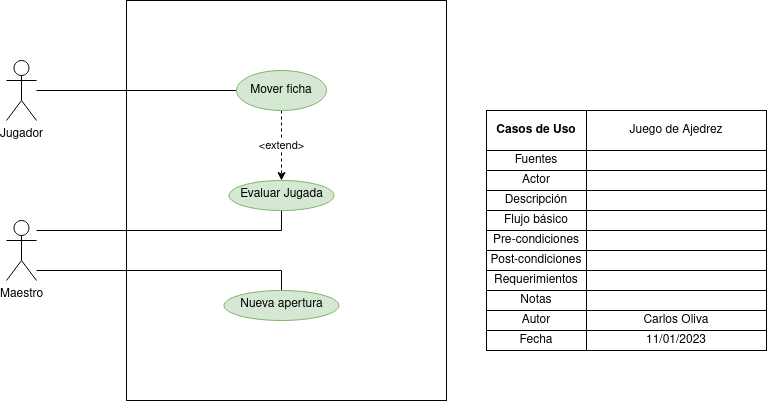
colidom/ets keeps this draw.io diagram as Tareas/casosUso/Tarea2/Ajedrez.drawio.png. Above is the earlier version. Source tidied: cells renumbered, new cells last; positions are measured from the earlier drawing's top-left corner, leaving out a move shared by most shapes.
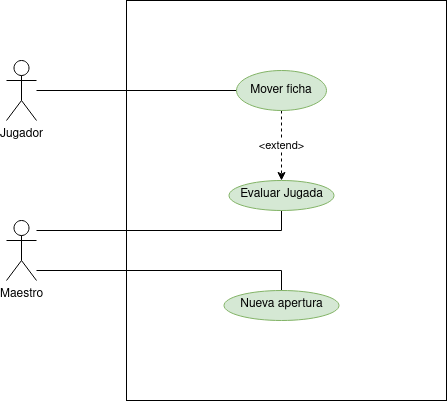
After the change.

What changed in the source:
```diff
@@ -42,107 +42,5 @@
     <mxCell id="11" value="Nueva apertura" style="ellipse;whiteSpace=wrap;html=1;verticalAlign=top;fillColor=#d5e8d4;strokeColor=#82b366;" parent="1" vertex="1">
       <mxGeometry x="217.5" y="290" width="115" height="30" as="geometry" />
     </mxCell>
-    <mxCell id="12" style="shadow=0;fillColor=none;" parent="1" vertex="1">
-      <mxGeometry x="480" y="110" width="280" height="240" as="geometry" />
-    </mxCell>
-    <mxCell id="13" style="shape=tableRow;horizontal=0;startSize=0;swimlaneHead=0;swimlaneBody=0;top=0;left=0;bottom=0;right=0;fontStyle=0;fillColor=none;strokeColor=inherit;" parent="12" vertex="1">
-      <mxGeometry width="280" height="40" as="geometry" />
-    </mxCell>
-    <mxCell id="14" value="&lt;b&gt;Casos de Uso&lt;/b&gt;" style="strokeColor=inherit;fillColor=none;align=center;whiteSpace=wrap;html=1;" parent="13" vertex="1">
-      <mxGeometry width="100" height="40" as="geometry" />
-    </mxCell>
-    <mxCell id="15" value="Juego de Ajedrez" style="strokeColor=inherit;fillColor=none;align=center;whiteSpace=wrap;html=1;" parent="13" vertex="1">
-      <mxGeometry x="100" width="180" height="40" as="geometry" />
-    </mxCell>
-    <mxCell id="16" style="shape=tableRow;horizontal=0;startSize=0;swimlaneHead=0;swimlaneBody=0;top=0;left=0;bottom=0;right=0;fontStyle=0;fillColor=none;strokeColor=inherit;" parent="12" vertex="1">
-      <mxGeometry y="40" width="280" height="20" as="geometry" />
-    </mxCell>
-    <mxCell id="17" value="Fuentes" style="strokeColor=inherit;fillColor=none;align=center;whiteSpace=wrap;html=1;" parent="16" vertex="1">
-      <mxGeometry width="100" height="20" as="geometry" />
-    </mxCell>
-    <mxCell id="18" style="strokeColor=inherit;fillColor=none;align=center;whiteSpace=wrap;html=1;" parent="16" vertex="1">
-      <mxGeometry x="100" width="180" height="20" as="geometry" />
-    </mxCell>
-    <mxCell id="19" style="shape=tableRow;horizontal=0;startSize=0;swimlaneHead=0;swimlaneBody=0;top=0;left=0;bottom=0;right=0;fontStyle=0;fillColor=none;strokeColor=inherit;" parent="12" vertex="1">
-      <mxGeometry y="60" width="280" height="20" as="geometry" />
-    </mxCell>
-    <mxCell id="20" value="Actor" style="strokeColor=inherit;fillColor=none;align=center;whiteSpace=wrap;html=1;" parent="19" vertex="1">
-      <mxGeometry width="100" height="20" as="geometry" />
-    </mxCell>
-    <mxCell id="21" style="strokeColor=inherit;fillColor=none;align=center;whiteSpace=wrap;html=1;" parent="19" vertex="1">
-      <mxGeometry x="100" width="180" height="20" as="geometry" />
-    </mxCell>
-    <mxCell id="22" style="shape=tableRow;horizontal=0;startSize=0;swimlaneHead=0;swimlaneBody=0;top=0;left=0;bottom=0;right=0;fontStyle=0;fillColor=none;strokeColor=inherit;" parent="12" vertex="1">
-      <mxGeometry y="80" width="280" height="20" as="geometry" />
-    </mxCell>
-    <mxCell id="23" value="Descripción" style="strokeColor=inherit;fillColor=none;align=center;whiteSpace=wrap;html=1;" parent="22" vertex="1">
-      <mxGeometry width="100" height="20" as="geometry" />
-    </mxCell>
-    <mxCell id="24" style="strokeColor=inherit;fillColor=none;align=center;whiteSpace=wrap;html=1;" parent="22" vertex="1">
-      <mxGeometry x="100" width="180" height="20" as="geometry" />
-    </mxCell>
-    <mxCell id="25" style="shape=tableRow;horizontal=0;startSize=0;swimlaneHead=0;swimlaneBody=0;top=0;left=0;bottom=0;right=0;fontStyle=0;fillColor=none;strokeColor=inherit;" parent="12" vertex="1">
-      <mxGeometry y="100" width="280" height="20" as="geometry" />
-    </mxCell>
-    <mxCell id="26" value="Flujo básico" style="strokeColor=inherit;fillColor=none;align=center;whiteSpace=wrap;html=1;" parent="25" vertex="1">
-      <mxGeometry width="100" height="20" as="geometry" />
-    </mxCell>
-    <mxCell id="27" style="strokeColor=inherit;fillColor=none;align=center;whiteSpace=wrap;html=1;" parent="25" vertex="1">
-      <mxGeometry x="100" width="180" height="20" as="geometry" />
-    </mxCell>
-    <mxCell id="28" style="shape=tableRow;horizontal=0;startSize=0;swimlaneHead=0;swimlaneBody=0;top=0;left=0;bottom=0;right=0;fontStyle=0;fillColor=none;strokeColor=inherit;" parent="12" vertex="1">
-      <mxGeometry y="120" width="280" height="20" as="geometry" />
-    </mxCell>
-    <mxCell id="29" value="Pre-condiciones" style="strokeColor=inherit;fillColor=none;align=center;whiteSpace=wrap;html=1;" parent="28" vertex="1">
-      <mxGeometry width="100" height="20" as="geometry" />
-    </mxCell>
-    <mxCell id="30" style="strokeColor=inherit;fillColor=none;align=center;whiteSpace=wrap;html=1;" parent="28" vertex="1">
-      <mxGeometry x="100" width="180" height="20" as="geometry" />
-    </mxCell>
-    <mxCell id="31" style="shape=tableRow;horizontal=0;startSize=0;swimlaneHead=0;swimlaneBody=0;top=0;left=0;bottom=0;right=0;fontStyle=0;fillColor=none;strokeColor=inherit;" parent="12" vertex="1">
-      <mxGeometry y="140" width="280" height="20" as="geometry" />
-    </mxCell>
-    <mxCell id="32" value="Post-condiciones" style="strokeColor=inherit;fillColor=none;align=center;whiteSpace=wrap;html=1;" parent="31" vertex="1">
-      <mxGeometry width="100" height="20" as="geometry" />
-    </mxCell>
-    <mxCell id="33" style="strokeColor=inherit;fillColor=none;align=center;whiteSpace=wrap;html=1;" parent="31" vertex="1">
-      <mxGeometry x="100" width="180" height="20" as="geometry" />
-    </mxCell>
-    <mxCell id="34" style="shape=tableRow;horizontal=0;startSize=0;swimlaneHead=0;swimlaneBody=0;top=0;left=0;bottom=0;right=0;fontStyle=0;fillColor=none;strokeColor=inherit;" parent="12" vertex="1">
-      <mxGeometry y="160" width="280" height="20" as="geometry" />
-    </mxCell>
-    <mxCell id="35" value="Requerimientos" style="strokeColor=inherit;fillColor=none;align=center;whiteSpace=wrap;html=1;" parent="34" vertex="1">
-      <mxGeometry width="100" height="20" as="geometry" />
-    </mxCell>
-    <mxCell id="36" style="strokeColor=inherit;fillColor=none;align=center;whiteSpace=wrap;html=1;" parent="34" vertex="1">
-      <mxGeometry x="100" width="180" height="20" as="geometry" />
-    </mxCell>
-    <mxCell id="37" style="shape=tableRow;horizontal=0;startSize=0;swimlaneHead=0;swimlaneBody=0;top=0;left=0;bottom=0;right=0;fontStyle=0;fillColor=none;strokeColor=inherit;" parent="12" vertex="1">
-      <mxGeometry y="180" width="280" height="20" as="geometry" />
-    </mxCell>
-    <mxCell id="38" value="Notas" style="strokeColor=inherit;fillColor=none;align=center;whiteSpace=wrap;html=1;" parent="37" vertex="1">
-      <mxGeometry width="100" height="20" as="geometry" />
-    </mxCell>
-    <mxCell id="39" style="strokeColor=inherit;fillColor=none;align=center;whiteSpace=wrap;html=1;" parent="37" vertex="1">
-      <mxGeometry x="100" width="180" height="20" as="geometry" />
-    </mxCell>
-    <mxCell id="40" style="shape=tableRow;horizontal=0;startSize=0;swimlaneHead=0;swimlaneBody=0;top=0;left=0;bottom=0;right=0;fontStyle=0;fillColor=none;strokeColor=inherit;" parent="12" vertex="1">
-      <mxGeometry y="200" width="280" height="20" as="geometry" />
-    </mxCell>
-    <mxCell id="41" value="Autor" style="strokeColor=inherit;fillColor=none;align=center;whiteSpace=wrap;html=1;" parent="40" vertex="1">
-      <mxGeometry width="100" height="20" as="geometry" />
-    </mxCell>
-    <mxCell id="42" value="Carlos Oliva" style="strokeColor=inherit;fillColor=none;align=center;whiteSpace=wrap;html=1;" parent="40" vertex="1">
-      <mxGeometry x="100" width="180" height="20" as="geometry" />
-    </mxCell>
-    <mxCell id="43" style="shape=tableRow;horizontal=0;startSize=0;swimlaneHead=0;swimlaneBody=0;top=0;left=0;bottom=0;right=0;fontStyle=0;fillColor=none;strokeColor=inherit;" parent="12" vertex="1">
-      <mxGeometry y="220" width="280" height="20" as="geometry" />
-    </mxCell>
-    <mxCell id="44" value="Fecha" style="strokeColor=inherit;fillColor=none;align=center;whiteSpace=wrap;html=1;" parent="43" vertex="1">
-      <mxGeometry width="100" height="20" as="geometry" />
-    </mxCell>
-    <mxCell id="45" value="11/01/2023" style="strokeColor=inherit;fillColor=none;align=center;whiteSpace=wrap;html=1;" parent="43" vertex="1">
-      <mxGeometry x="100" width="180" height="20" as="geometry" />
-    </mxCell>
   </root>
 </mxGraphModel>
```
